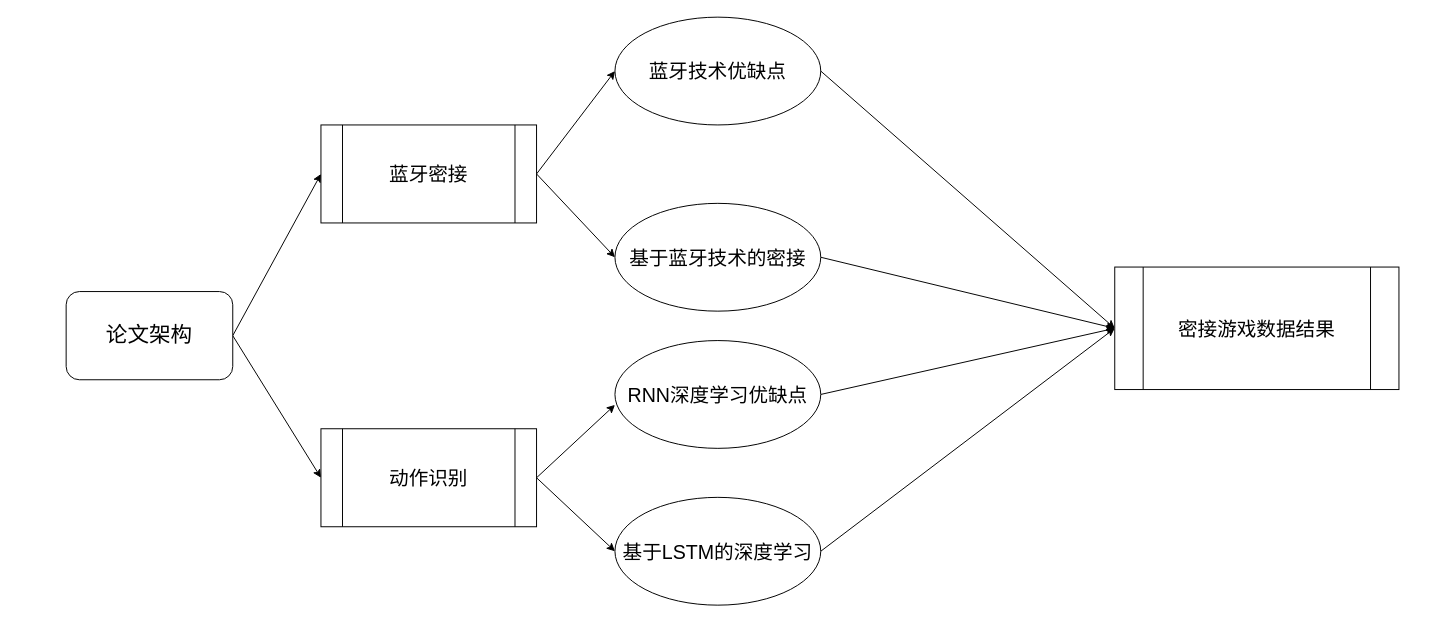
Above: Week10.drawio in CharlotteE67/Innovation-practice (draw.io), before the change. Source tidied: cells renumbered, new cells numbered last; positions are measured from the earlier drawing's top-left corner, leaving out a move shared by most shapes. Both pictures are drawn from the tidied source at 98%, with x=0, y=0 at pixel (66, 17).
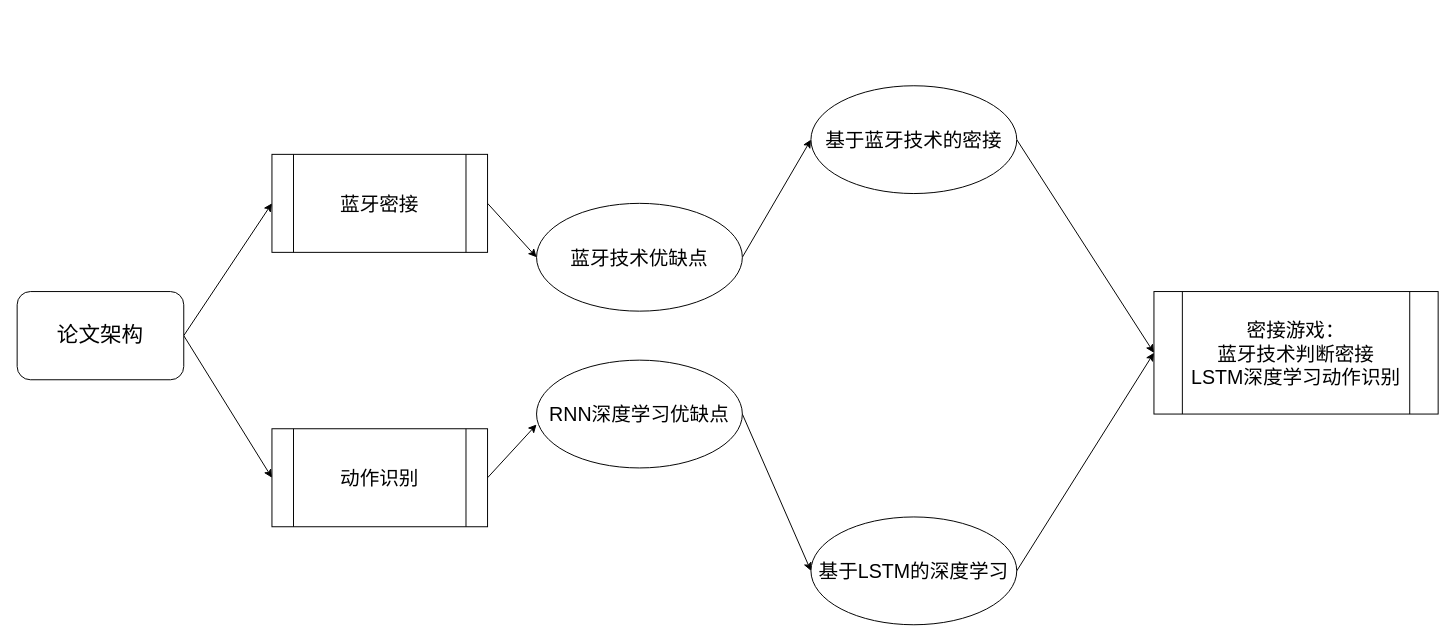
After the change.

The edit, as a diff of the source:
```diff
@@
 <mxGraphModel>
   <root>
     <mxCell id="0" />
     <mxCell id="1" parent="0" />
     <mxCell id="2" style="rounded=0;jettySize=auto;html=1;exitX=1;exitY=0.5;exitDx=0;exitDy=0;entryX=0;entryY=0.5;entryDx=0;entryDy=0;" parent="1" edge="1" source="4" target="7">
       <mxGeometry relative="1" as="geometry" />
     </mxCell>
     <mxCell id="3" style="rounded=0;jettySize=auto;html=1;exitX=1;exitY=0.5;exitDx=0;exitDy=0;entryX=0;entryY=0.5;entryDx=0;entryDy=0;" parent="1" edge="1" source="4" target="10">
       <mxGeometry relative="1" as="geometry" />
     </mxCell>
     <mxCell id="4" value="&lt;span style=&quot;font-size: 22px&quot;&gt;论文架构&lt;/span&gt;" style="rounded=1;whiteSpace=wrap;html=1;" parent="1" vertex="1">
-      <mxGeometry y="280" width="170" height="90" as="geometry" />
+      <mxGeometry x="-50" y="280" width="170" height="90" as="geometry" />
     </mxCell>
     <mxCell id="5" style="edgeStyle=none;rounded=0;jettySize=auto;html=1;exitX=1;exitY=0.5;exitDx=0;exitDy=0;entryX=0;entryY=0.5;entryDx=0;entryDy=0;" parent="1" edge="1" source="7" target="12">
       <mxGeometry relative="1" as="geometry" />
     </mxCell>
-    <mxCell id="6" style="edgeStyle=none;rounded=0;jettySize=auto;html=1;exitX=1;exitY=0.5;exitDx=0;exitDy=0;entryX=0;entryY=0.5;entryDx=0;entryDy=0;" parent="1" edge="1" source="7" target="14">
+    <mxCell id="6" style="edgeStyle=none;rounded=0;jettySize=auto;html=1;exitX=1;exitY=0.5;exitDx=0;exitDy=0;entryX=0;entryY=0.5;entryDx=0;entryDy=0;" parent="1" edge="1" source="12" target="14">
       <mxGeometry relative="1" as="geometry" />
     </mxCell>
     <mxCell id="7" value="&lt;font style=&quot;font-size: 20px&quot;&gt;蓝牙密接&lt;/font&gt;" style="shape=process;whiteSpace=wrap;html=1;backgroundOutline=1;" parent="1" vertex="1">
-      <mxGeometry x="260" y="110" width="220" height="100" as="geometry" />
+      <mxGeometry x="210" y="140" width="220" height="100" as="geometry" />
     </mxCell>
     <mxCell id="8" style="edgeStyle=none;rounded=0;jettySize=auto;html=1;exitX=1;exitY=0.5;exitDx=0;exitDy=0;entryX=0;entryY=0.597;entryDx=0;entryDy=0;entryPerimeter=0;" parent="1" edge="1" source="10" target="16">
       <mxGeometry relative="1" as="geometry" />
     </mxCell>
-    <mxCell id="9" style="edgeStyle=none;rounded=0;jettySize=auto;html=1;exitX=1;exitY=0.5;exitDx=0;exitDy=0;entryX=0;entryY=0.5;entryDx=0;entryDy=0;" parent="1" edge="1" source="10" target="18">
+    <mxCell id="9" style="edgeStyle=none;rounded=0;jettySize=auto;html=1;exitX=1;exitY=0.5;exitDx=0;exitDy=0;entryX=0;entryY=0.5;entryDx=0;entryDy=0;" parent="1" edge="1" source="16" target="18">
       <mxGeometry relative="1" as="geometry" />
     </mxCell>
     <mxCell id="10" value="&lt;font style=&quot;font-size: 20px&quot;&gt;动作识别&lt;/font&gt;" style="shape=process;whiteSpace=wrap;html=1;backgroundOutline=1;" parent="1" vertex="1">
-      <mxGeometry x="260" y="420" width="220" height="100" as="geometry" />
+      <mxGeometry x="210" y="420" width="220" height="100" as="geometry" />
     </mxCell>
-    <mxCell id="11" style="edgeStyle=none;rounded=0;jettySize=auto;html=1;exitX=1;exitY=0.5;exitDx=0;exitDy=0;entryX=0;entryY=0.5;entryDx=0;entryDy=0;" parent="1" edge="1" source="12" target="19">
-      <mxGeometry relative="1" as="geometry" />
-    </mxCell>
     <mxCell id="12" value="&lt;font style=&quot;font-size: 20px&quot;&gt;蓝牙技术优缺点&lt;/font&gt;" style="ellipse;whiteSpace=wrap;html=1;" parent="1" vertex="1">
-      <mxGeometry x="560" width="210" height="110" as="geometry" />
+      <mxGeometry x="480" y="190" width="210" height="110" as="geometry" />
     </mxCell>
     <mxCell id="13" style="edgeStyle=none;rounded=0;jettySize=auto;html=1;exitX=1;exitY=0.5;exitDx=0;exitDy=0;entryX=0;entryY=0.5;entryDx=0;entryDy=0;" parent="1" edge="1" source="14" target="19">
       <mxGeometry relative="1" as="geometry" />
     </mxCell>
     <mxCell id="14" value="&lt;font style=&quot;font-size: 20px&quot;&gt;基于蓝牙技术的密接&lt;/font&gt;" style="ellipse;whiteSpace=wrap;html=1;" parent="1" vertex="1">
-      <mxGeometry x="560" y="190" width="210" height="110" as="geometry" />
+      <mxGeometry x="760" y="70" width="210" height="110" as="geometry" />
     </mxCell>
-    <mxCell id="15" style="edgeStyle=none;rounded=0;jettySize=auto;html=1;exitX=1;exitY=0.5;exitDx=0;exitDy=0;entryX=0;entryY=0.5;entryDx=0;entryDy=0;" parent="1" edge="1" source="16" target="19">
-      <mxGeometry relative="1" as="geometry" />
-    </mxCell>
     <mxCell id="16" value="&lt;span style=&quot;font-size: 20px&quot;&gt;RNN深度学习优缺点&lt;/span&gt;" style="ellipse;whiteSpace=wrap;html=1;" parent="1" vertex="1">
-      <mxGeometry x="560" y="330" width="210" height="110" as="geometry" />
+      <mxGeometry x="480" y="350" width="210" height="110" as="geometry" />
     </mxCell>
     <mxCell id="17" style="edgeStyle=none;rounded=0;jettySize=auto;html=1;exitX=1;exitY=0.5;exitDx=0;exitDy=0;entryX=0;entryY=0.5;entryDx=0;entryDy=0;" parent="1" edge="1" source="18" target="19">
       <mxGeometry relative="1" as="geometry" />
     </mxCell>
-    <mxCell id="18" value="&lt;span style=&quot;font-size: 20px&quot;&gt;基于LSTM的深度学习&lt;/span&gt;" style="ellipse;whiteSpace=wrap;html=1;" parent="1" vertex="1">
-      <mxGeometry x="560" y="490" width="210" height="110" as="geometry" />
+    <mxCell id="18" value="&lt;span style=&quot;font-size: 20px&quot;&gt;基于LSTM的深度学习&lt;br&gt;&lt;/span&gt;" style="ellipse;whiteSpace=wrap;html=1;" parent="1" vertex="1">
+      <mxGeometry x="760" y="510" width="210" height="110" as="geometry" />
     </mxCell>
-    <mxCell id="19" value="&lt;font style=&quot;font-size: 20px&quot;&gt;密接游戏数据结果&lt;/font&gt;" style="shape=process;whiteSpace=wrap;html=1;backgroundOutline=1;" parent="1" vertex="1">
-      <mxGeometry x="1070" y="255" width="290" height="125" as="geometry" />
+    <mxCell id="19" value="&lt;span style=&quot;font-size: 20px&quot;&gt;密接游戏：&lt;br&gt;蓝牙技术判断密接&lt;br&gt;LSTM深度学习动作识别&lt;br&gt;&lt;/span&gt;" style="shape=process;whiteSpace=wrap;html=1;backgroundOutline=1;" parent="1" vertex="1">
+      <mxGeometry x="1110" y="280" width="290" height="125" as="geometry" />
     </mxCell>
   </root>
 </mxGraphModel>
```
